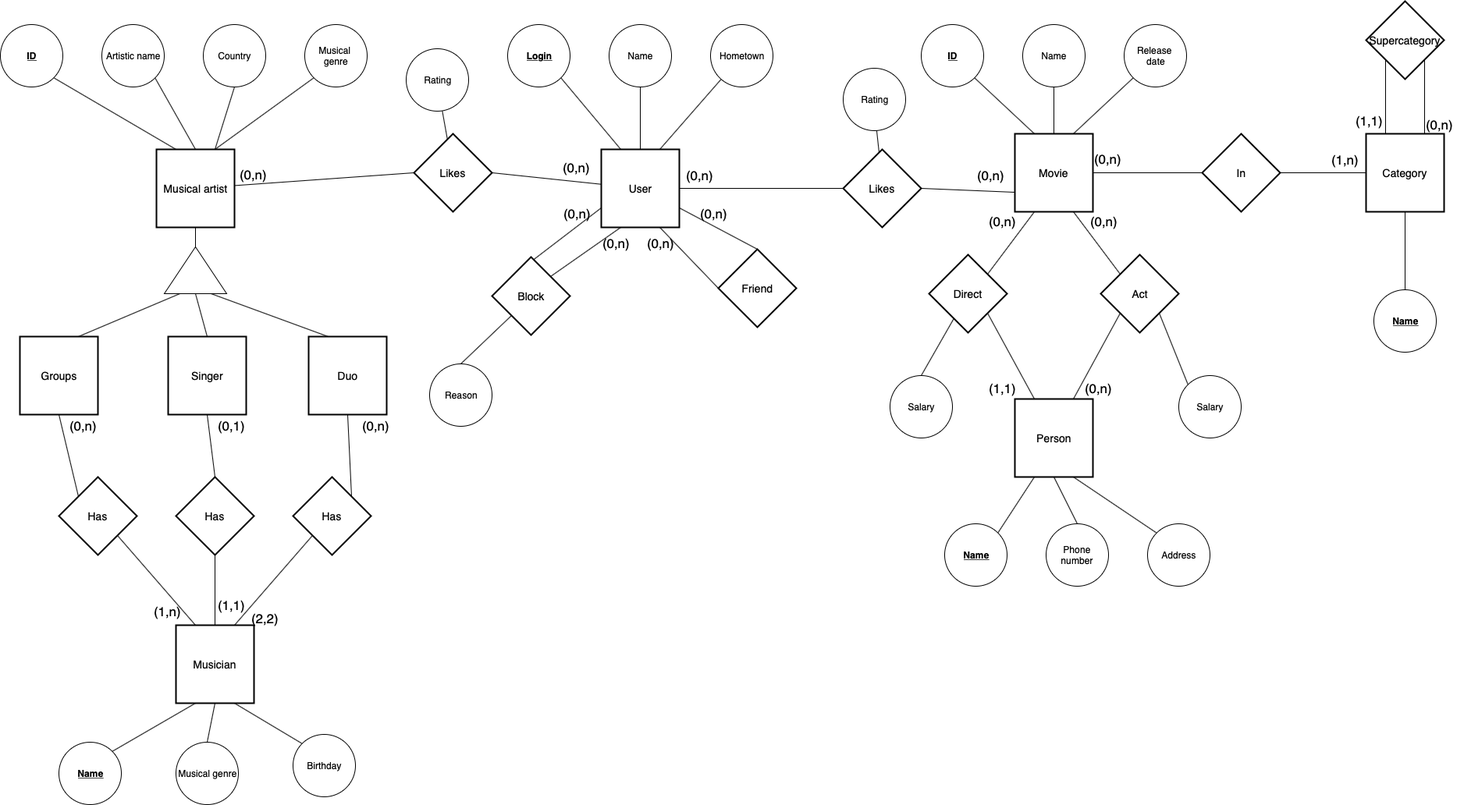
Before: 02 - Modelagem/ERDiagram/ERDiagram.png, a diagram exported from draw.io (wainejr/CSB30). Source tidied: cells renumbered, new cells last; positions are measured from the earlier drawing's top-left corner, leaving out a move shared by most shapes.
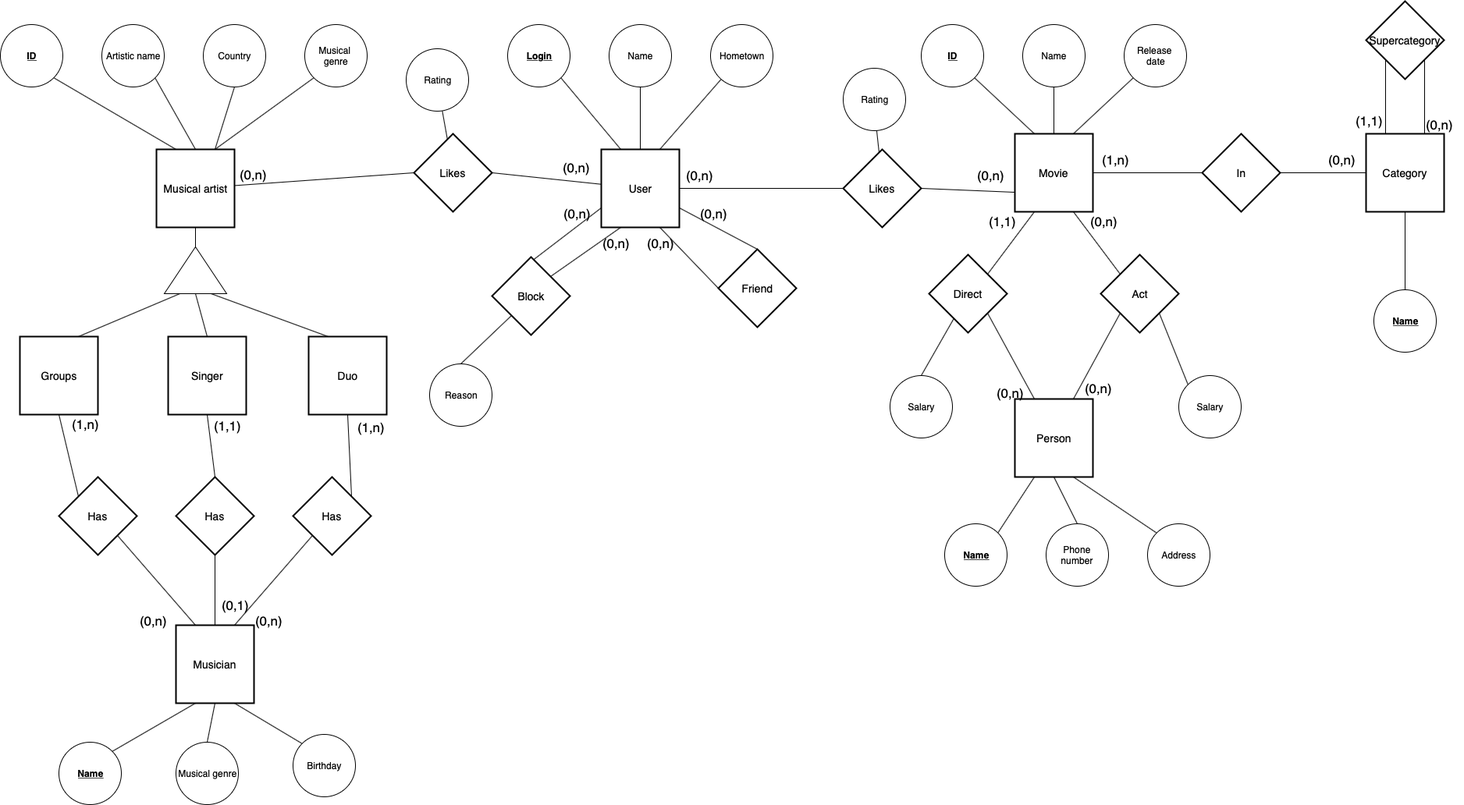
Above is the later version.

What changed in the source:
```diff
@@ -86,9 +86,9 @@
     <mxCell id="29" style="edgeStyle=none;jettySize=auto;html=1;exitX=0.75;exitY=0;exitDx=0;exitDy=0;entryX=0;entryY=1;entryDx=0;entryDy=0;startArrow=none;startFill=0;startSize=11;endArrow=none;endFill=0;endSize=11;targetPerimeterSpacing=0;strokeWidth=1;fontSize=12;" parent="1" edge="1" source="31" target="23">
       <mxGeometry relative="1" as="geometry" />
     </mxCell>
-    <mxCell id="30" value="(2,2)&lt;br&gt;" style="text;html=1;align=center;verticalAlign=middle;labelBackgroundColor=#ffffff;fontSize=17;" parent="29" vertex="1">
+    <mxCell id="30" value="(1,n)&lt;br&gt;" style="text;html=1;align=center;verticalAlign=middle;labelBackgroundColor=#ffffff;fontSize=17;" parent="29" vertex="1">
       <mxGeometry x="-0.44" y="-3" relative="1" as="geometry">
-        <mxPoint x="9.5" y="20.5" as="offset" />
+        <mxPoint x="145" y="-225" as="offset" />
       </mxGeometry>
     </mxCell>
     <mxCell id="31" value="Musician" style="strokeWidth=2;whiteSpace=wrap;html=1;align=center;fontSize=14;" parent="1" vertex="1">
@@ -251,19 +251,19 @@
       <mxGeometry relative="1" as="geometry" />
     </mxCell>
     <mxCell id="84" value="(0,n)&lt;br style=&quot;font-size: 17px&quot;&gt;" style="text;html=1;align=left;verticalAlign=top;spacingTop=-4;strokeWidth=2;spacing=4;fontSize=17;" parent="1" vertex="1">
-      <mxGeometry x="460" y="530" width="60" height="30" as="geometry" />
+      <mxGeometry x="323" y="780" width="60" height="30" as="geometry" />
     </mxCell>
     <mxCell id="85" value="(0,1)&lt;br style=&quot;font-size: 17px&quot;&gt;" style="text;html=1;align=left;verticalAlign=top;spacingTop=-4;strokeWidth=2;spacing=4;fontSize=17;" parent="1" vertex="1">
-      <mxGeometry x="275" y="530" width="60" height="30" as="geometry" />
+      <mxGeometry x="280" y="760" width="60" height="30" as="geometry" />
     </mxCell>
     <mxCell id="86" value="(1,1)&lt;br&gt;&lt;br style=&quot;font-size: 17px&quot;&gt;" style="text;html=1;align=left;verticalAlign=top;spacingTop=-4;strokeWidth=2;spacing=4;fontSize=17;" parent="1" vertex="1">
-      <mxGeometry x="275" y="760" width="60" height="50" as="geometry" />
+      <mxGeometry x="270" y="530" width="60" height="50" as="geometry" />
     </mxCell>
     <mxCell id="87" value="(1,n)&lt;br&gt;&lt;br&gt;" style="text;html=1;align=left;verticalAlign=top;spacingTop=-4;fontSize=17;" parent="1" vertex="1">
-      <mxGeometry x="195" y="770" width="50" height="40" as="geometry" />
+      <mxGeometry x="90" y="530" width="50" height="40" as="geometry" />
     </mxCell>
     <mxCell id="88" value="(0,n)&lt;br style=&quot;font-size: 17px&quot;&gt;" style="text;html=1;align=left;verticalAlign=top;spacingTop=-4;strokeWidth=2;spacing=4;fontSize=17;" parent="1" vertex="1">
-      <mxGeometry x="85" y="530" width="60" height="30" as="geometry" />
+      <mxGeometry x="175" y="780" width="60" height="30" as="geometry" />
     </mxCell>
     <mxCell id="89" value="(0,n)" style="text;html=1;align=left;verticalAlign=top;spacingTop=-4;fontSize=17;" parent="1" vertex="1">
       <mxGeometry x="895" y="260" width="50" height="20" as="geometry" />
@@ -284,19 +284,19 @@
       <mxGeometry x="1825" y="146" width="50" height="20" as="geometry" />
     </mxCell>
     <mxCell id="95" value="(0,n)" style="text;html=1;align=left;verticalAlign=top;spacingTop=-4;fontSize=17;" parent="1" vertex="1">
-      <mxGeometry x="1400" y="190" width="50" height="20" as="geometry" />
+      <mxGeometry x="1700" y="191" width="50" height="20" as="geometry" />
     </mxCell>
     <mxCell id="96" value="(1,n)&lt;br&gt;" style="text;html=1;align=left;verticalAlign=top;spacingTop=-4;fontSize=17;" parent="1" vertex="1">
-      <mxGeometry x="1704" y="191" width="50" height="20" as="geometry" />
+      <mxGeometry x="1410" y="191" width="50" height="20" as="geometry" />
     </mxCell>
     <mxCell id="97" value="(0,n)&lt;br&gt;" style="text;html=1;align=left;verticalAlign=top;spacingTop=-4;fontSize=17;" parent="1" vertex="1">
       <mxGeometry x="1395" y="270" width="50" height="20" as="geometry" />
     </mxCell>
     <mxCell id="98" value="(0,n)" style="text;html=1;align=left;verticalAlign=top;spacingTop=-4;fontSize=17;" parent="1" vertex="1">
-      <mxGeometry x="1265" y="270" width="50" height="20" as="geometry" />
+      <mxGeometry x="1275" y="490" width="50" height="20" as="geometry" />
     </mxCell>
     <mxCell id="99" value="(1,1)" style="text;html=1;align=left;verticalAlign=top;spacingTop=-4;fontSize=17;" parent="1" vertex="1">
-      <mxGeometry x="1265" y="484" width="50" height="20" as="geometry" />
+      <mxGeometry x="1265" y="270" width="50" height="20" as="geometry" />
     </mxCell>
     <mxCell id="100" value="(0,n)" style="text;html=1;align=left;verticalAlign=top;spacingTop=-4;fontSize=17;" parent="1" vertex="1">
       <mxGeometry x="1387.5" y="484" width="50" height="20" as="geometry" />
```
